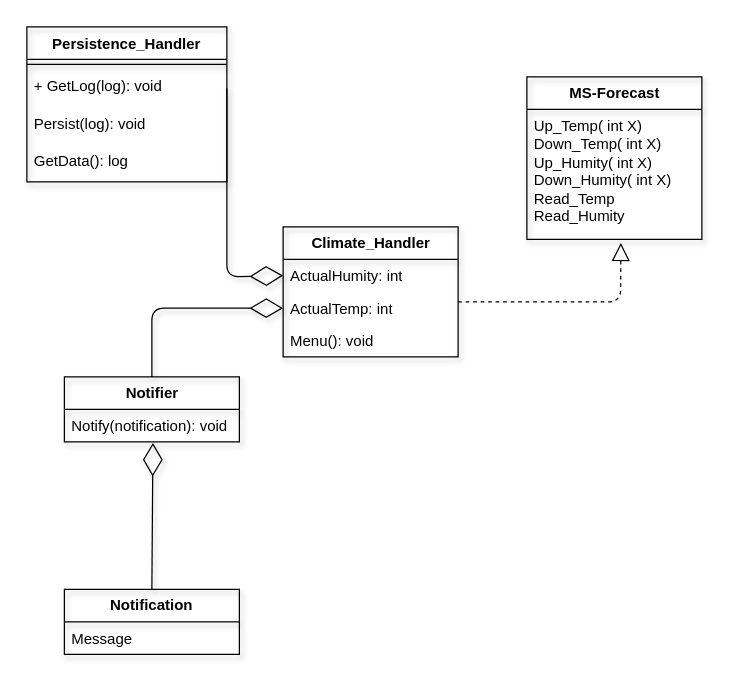
This is UML/Classes/Class_diagram.drawio from cirobrachetta/climate_handler, a draw.io file, before an edit. Source tidied: cells renumbered, new cells numbered last; positions are measured from the earlier drawing's top-left corner, leaving out a move shared by most shapes. Both pictures are drawn from the tidied source at 125%, with x=0, y=0 at pixel (26, 26).
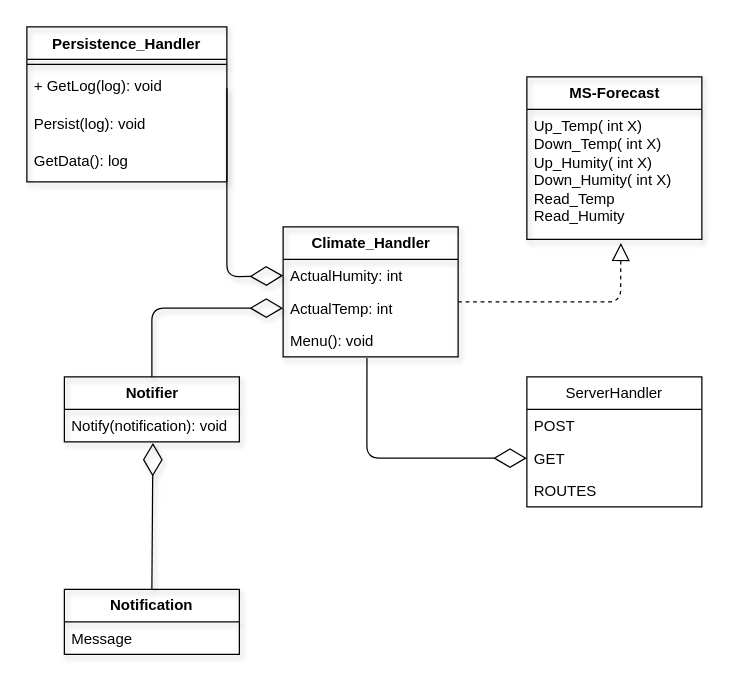
Above is the later version.

Unchanged cells that the change refers to:
```xml
<mxCell id="9" value="Menu(): void" style="text;strokeColor=none;fillColor=none;align=left;verticalAlign=top;spacingLeft=4;spacingRight=4;overflow=hidden;points=[[0,0.5],[1,0.5]];portConstraint=eastwest;whiteSpace=wrap;html=1;shadow=1;" parent="6" vertex="1">
  <mxGeometry y="78" width="140" height="26" as="geometry" />
</mxCell>
```

Diff of the diagram source:
```diff
@@
+    <mxCell id="21" value="ServerHandler" style="swimlane;fontStyle=0;horizontal=1;startSize=26;fillColor=none;whiteSpace=wrap;html=1;" parent="1" vertex="1">
+      <mxGeometry x="400" y="280" width="140" height="104" as="geometry" />
+    </mxCell>
+    <mxCell id="22" value="POST" style="text;strokeColor=none;fillColor=none;align=left;verticalAlign=top;spacingLeft=4;spacingRight=4;overflow=hidden;whiteSpace=wrap;html=1;" parent="21" vertex="1">
+      <mxGeometry y="26" width="140" height="26" as="geometry" />
+    </mxCell>
+    <mxCell id="23" value="GET" style="text;strokeColor=none;fillColor=none;align=left;verticalAlign=top;spacingLeft=4;spacingRight=4;overflow=hidden;points=[[0,0.5],[1,0.5]];portConstraint=eastwest;whiteSpace=wrap;html=1;" parent="21" vertex="1">
+      <mxGeometry y="52" width="140" height="26" as="geometry" />
+    </mxCell>
+    <mxCell id="24" value="ROUTES" style="text;strokeColor=none;fillColor=none;align=left;verticalAlign=top;spacingLeft=4;spacingRight=4;overflow=hidden;whiteSpace=wrap;html=1;" parent="21" vertex="1">
+      <mxGeometry y="78" width="140" height="26" as="geometry" />
+    </mxCell>
+    <mxCell id="25" style="endArrow=diamondThin;endFill=0;endSize=24;html=1;entryX=0;entryY=0.5;entryDx=0;entryDy=0;exitX=0.479;exitY=1.031;exitDx=0;exitDy=0;exitPerimeter=0;" parent="1" edge="1" source="9" target="23">
+      <mxGeometry relative="1" as="geometry">
+        <Array as="points">
+          <mxPoint x="272" y="345" />
+        </Array>
+      </mxGeometry>
+    </mxCell>
```
